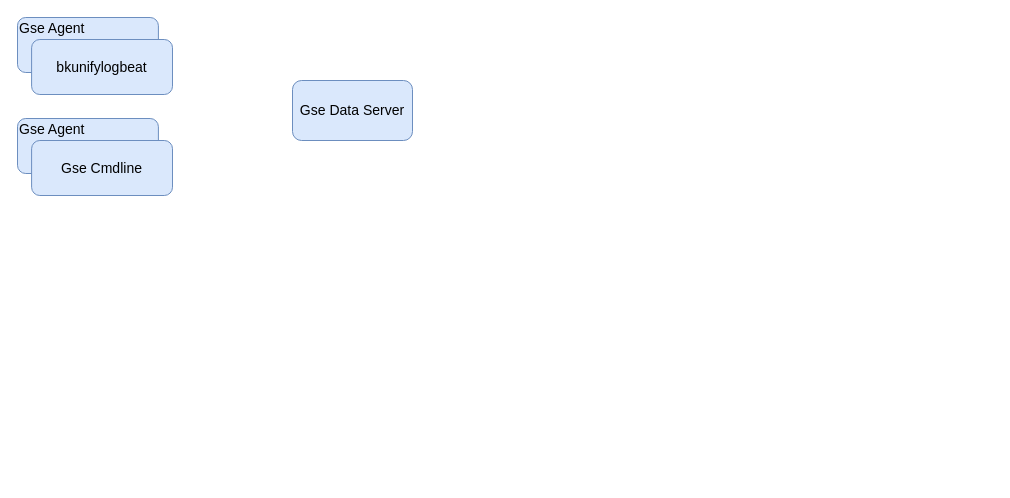
Above: Untitled Diagram.drawio in Eli-ZhangLu/tools (draw.io), before the change. Source tidied: cells renumbered, new cells numbered last; positions are measured from the earlier drawing's top-left corner, leaving out a move shared by most shapes. Both pictures are drawn from the tidied source at 100%, with x=0, y=0 at pixel (17, 17).
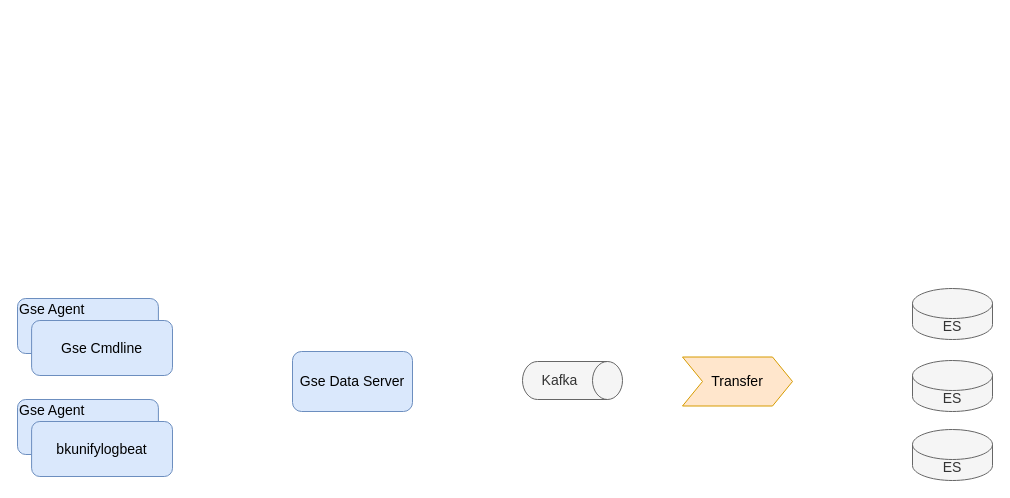
After the change.

The edit, as a diff of the source:
```diff
@@
 <mxGraphModel>
   <root>
     <mxCell id="0" />
     <mxCell id="1" parent="0" />
+    <mxCell id="8" value="Gse Data Server" style="rounded=1;whiteSpace=wrap;html=1;fontSize=14;fillColor=#dae8fc;strokeColor=#6c8ebf;" parent="1" vertex="1">
+      <mxGeometry x="275" y="334" width="120" height="60" as="geometry" />
+    </mxCell>
+    <mxCell id="9" value="Kafka" style="shape=cylinder3;whiteSpace=wrap;html=1;boundedLbl=1;backgroundOutline=1;size=15;fontSize=14;rotation=0;direction=south;fillColor=#f5f5f5;fontColor=#333333;strokeColor=#666666;" parent="1" vertex="1">
+      <mxGeometry x="505" y="344" width="100" height="38" as="geometry" />
+    </mxCell>
+    <mxCell id="10" value="Transfer" style="shape=step;perimeter=stepPerimeter;whiteSpace=wrap;html=1;fixedSize=1;fontSize=14;fillColor=#ffe6cc;strokeColor=#d79b00;" parent="1" vertex="1">
+      <mxGeometry x="665" y="339.5" width="110" height="49" as="geometry" />
+    </mxCell>
+    <mxCell id="11" value="ES" style="shape=cylinder3;whiteSpace=wrap;html=1;boundedLbl=1;backgroundOutline=1;size=15;fontSize=14;fillColor=#f5f5f5;fontColor=#333333;strokeColor=#666666;" parent="1" vertex="1">
+      <mxGeometry x="895" y="271" width="80" height="51" as="geometry" />
+    </mxCell>
+    <mxCell id="12" value="ES" style="shape=cylinder3;whiteSpace=wrap;html=1;boundedLbl=1;backgroundOutline=1;size=15;fontSize=14;fillColor=#f5f5f5;fontColor=#333333;strokeColor=#666666;" parent="1" vertex="1">
+      <mxGeometry x="895" y="343" width="80" height="51" as="geometry" />
+    </mxCell>
+    <mxCell id="13" value="ES" style="shape=cylinder3;whiteSpace=wrap;html=1;boundedLbl=1;backgroundOutline=1;size=15;fontSize=14;fillColor=#f5f5f5;fontColor=#333333;strokeColor=#666666;" parent="1" vertex="1">
+      <mxGeometry x="895" y="412" width="80" height="51" as="geometry" />
+    </mxCell>
     <mxCell id="2" style="group;" parent="1" vertex="1">
-      <mxGeometry width="155" height="77" as="geometry" />
+      <mxGeometry y="382" width="155" height="77" as="geometry" />
     </mxCell>
     <mxCell id="3" value="&lt;font style=&quot;font-size: 14px&quot;&gt;Gse Agent&lt;br&gt;&lt;br&gt;&lt;br&gt;&lt;/font&gt;" style="rounded=1;whiteSpace=wrap;html=1;fontSize=14;fillColor=#dae8fc;strokeColor=#6c8ebf;align=left;" parent="2" vertex="1">
       <mxGeometry width="140.9" height="55" as="geometry" />
     </mxCell>
     <mxCell id="4" value="&lt;font style=&quot;font-size: 14px&quot;&gt;bkunifylogbeat&lt;/font&gt;" style="rounded=1;whiteSpace=wrap;html=1;fontSize=14;fillColor=#dae8fc;strokeColor=#6c8ebf;align=center;" parent="2" vertex="1">
       <mxGeometry x="14.1" y="22" width="140.9" height="55" as="geometry" />
     </mxCell>
-    <mxCell id="5" style="group;" parent="1" vertex="1">
-      <mxGeometry y="101" width="155" height="77" as="geometry" />
-    </mxCell>
+    <mxCell id="14" style="group;" parent="1" vertex="1">
+      <mxGeometry y="281" width="155" height="77" as="geometry" />
+    </mxCell>
-    <mxCell id="6" value="&lt;font style=&quot;font-size: 14px&quot;&gt;Gse Agent&lt;br&gt;&lt;br&gt;&lt;br&gt;&lt;/font&gt;" style="rounded=1;whiteSpace=wrap;html=1;fontSize=14;fillColor=#dae8fc;strokeColor=#6c8ebf;align=left;" parent="5" vertex="1">
+    <mxCell id="6" value="&lt;font style=&quot;font-size: 14px&quot;&gt;Gse Agent&lt;br&gt;&lt;br&gt;&lt;br&gt;&lt;/font&gt;" style="rounded=1;whiteSpace=wrap;html=1;fontSize=14;fillColor=#dae8fc;strokeColor=#6c8ebf;align=left;" parent="14" vertex="1">
       <mxGeometry width="140.9" height="55" as="geometry" />
     </mxCell>
-    <mxCell id="7" value="&lt;font style=&quot;font-size: 14px&quot;&gt;Gse Cmdline&lt;/font&gt;" style="rounded=1;whiteSpace=wrap;html=1;fontSize=14;fillColor=#dae8fc;strokeColor=#6c8ebf;align=center;" parent="5" vertex="1">
+    <mxCell id="7" value="Gse Cmdline" style="rounded=1;whiteSpace=wrap;html=1;fontSize=14;fillColor=#dae8fc;strokeColor=#6c8ebf;align=center;" parent="14" vertex="1">
       <mxGeometry x="14.1" y="22" width="140.9" height="55" as="geometry" />
     </mxCell>
-    <mxCell id="8" value="Gse Data Server" style="rounded=1;whiteSpace=wrap;html=1;fontSize=14;fillColor=#dae8fc;strokeColor=#6c8ebf;" parent="1" vertex="1">
-      <mxGeometry x="275" y="63" width="120" height="60" as="geometry" />
-    </mxCell>
   </root>
 </mxGraphModel>
```
